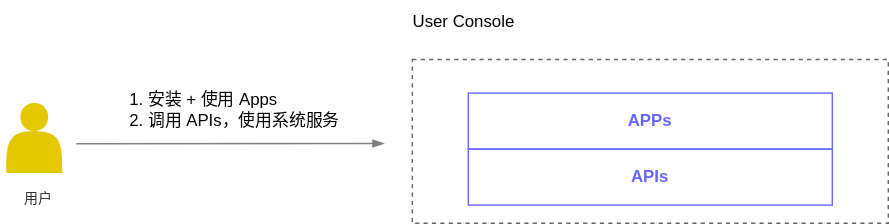
t9k/ucman keeps this draw.io diagram as src/assets/overview/use-user-console.drawio.svg. Above is the earlier version. Source tidied: cells renumbered, new cells last; positions are measured from the earlier drawing's top-left corner, leaving out a move shared by most shapes.
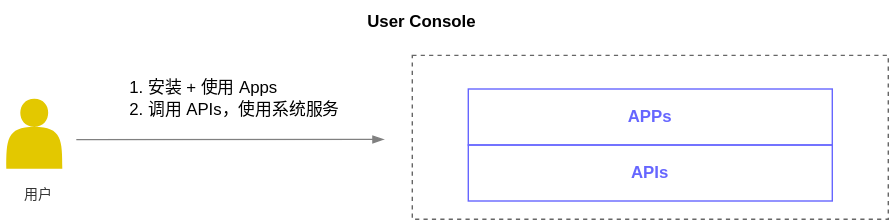
The same file after the commit.

Commit message:
minor tweaks to diagrams

Change to the diagram source:
```diff
@@ -5,11 +5,11 @@
     <mxCell id="2" style="rounded=0;whiteSpace=wrap;html=1;fillColor=none;strokeColor=#666666;fontColor=#333333;dashed=1;" parent="1" vertex="1">
       <mxGeometry x="294" y="42" width="340" height="117" as="geometry" />
     </mxCell>
-    <mxCell id="3" value="&lt;div style=&quot;text-align: left;&quot;&gt;&lt;ol&gt;&lt;li&gt;&lt;span style=&quot;background-color: initial;&quot;&gt;安装 + 使用 Apps&lt;/span&gt;&lt;/li&gt;&lt;li&gt;&lt;span style=&quot;background-color: initial;&quot;&gt;调用 APIs，使用系统服务&lt;/span&gt;&lt;/li&gt;&lt;/ol&gt;&lt;/div&gt;" style="text;html=1;strokeColor=none;fillColor=none;align=center;verticalAlign=middle;whiteSpace=wrap;rounded=0;" parent="1" vertex="1">
-      <mxGeometry x="64" y="63" width="180" height="30" as="geometry" />
+    <mxCell id="3" value="&lt;div style=&quot;text-align: left;&quot;&gt;&lt;ol style=&quot;line-height: 130%;&quot;&gt;&lt;li&gt;&lt;span style=&quot;background-color: initial;&quot;&gt;安装 + 使用 Apps&lt;/span&gt;&lt;/li&gt;&lt;li&gt;&lt;span style=&quot;background-color: initial;&quot;&gt;调用 APIs，使用系统服务&lt;/span&gt;&lt;/li&gt;&lt;/ol&gt;&lt;/div&gt;" style="text;html=1;strokeColor=none;fillColor=none;align=center;verticalAlign=middle;whiteSpace=wrap;rounded=0;" parent="1" vertex="1">
+      <mxGeometry x="64" y="53" width="180" height="40" as="geometry" />
     </mxCell>
-    <mxCell id="4" value="User Console" style="text;html=1;strokeColor=none;fillColor=none;align=center;verticalAlign=middle;whiteSpace=wrap;rounded=0;" parent="1" vertex="1">
-      <mxGeometry x="291" width="80" height="30" as="geometry" />
+    <mxCell id="4" value="&lt;b&gt;User Console&lt;/b&gt;" style="text;html=1;strokeColor=none;fillColor=none;align=center;verticalAlign=middle;whiteSpace=wrap;rounded=0;" parent="1" vertex="1">
+      <mxGeometry x="261" y="3" width="80" height="30" as="geometry" />
     </mxCell>
     <mxCell id="5" style="edgeStyle=none;html=1;fontColor=#FFFFFF;strokeColor=#808080;endArrow=blockThin;endFill=1;" parent="1" edge="1">
       <mxGeometry relative="1" as="geometry">
```
